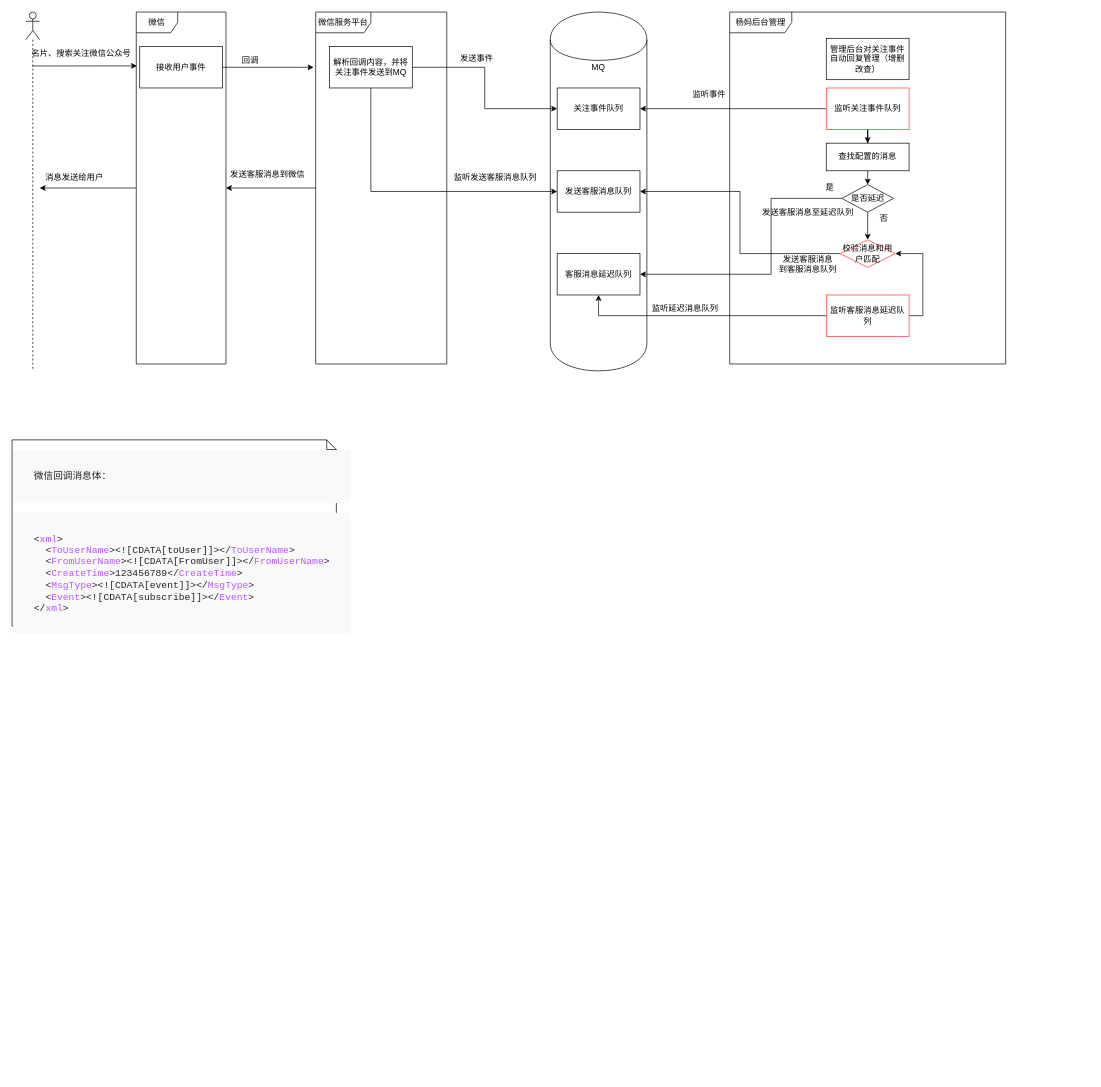
This is 杨妈口语管理后台-微信设置模块-关注后自动回复-用户、微信、后台管理交互流程图-2020年1月17日-丁成云.drawio from dingchengyungit/drawio, a draw.io file, before an edit. Source tidied: cells renumbered, new cells numbered last; positions are measured from the earlier drawing's top-left corner, leaving out a move shared by most shapes. Both pictures are drawn from the tidied source at 69%, with x=0, y=0 at pixel (12, 12).
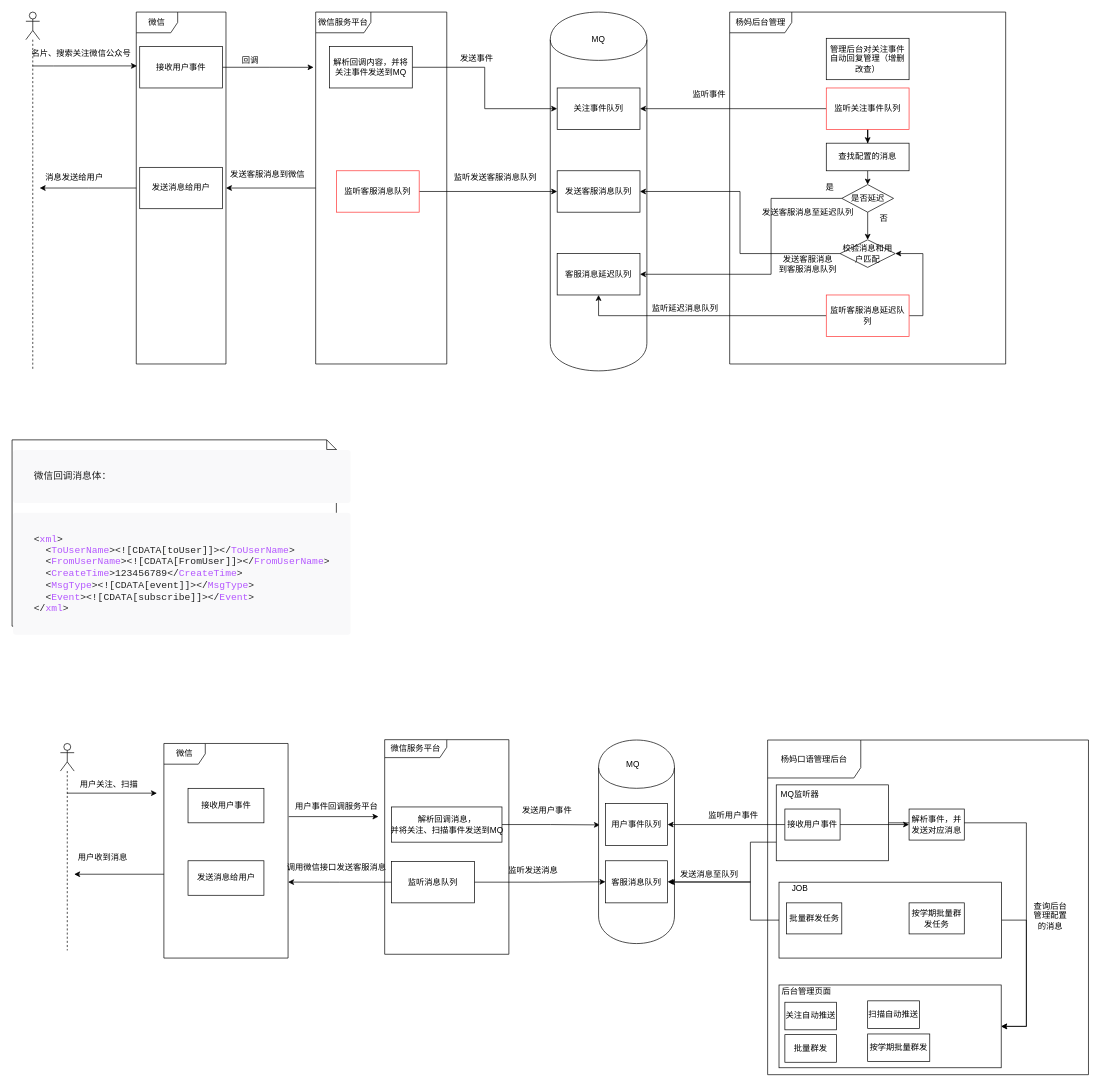
After the change.

Commit message:
Update 杨妈口语管理后台-微信设置模块-关注后自动回复-用户、微信、后台管理交互流程图-2020年1月17日-丁成云.drawio

The change refers to these unchanged cells:
```xml
<mxCell id="18" value="解析回调内容，并将关注事件发送到MQ" style="rounded=0;whiteSpace=wrap;html=1;" parent="1" vertex="1">
  <mxGeometry x="460" y="50" width="120" height="60" as="geometry" />
</mxCell>
<mxCell id="31" value="发送客服消息队列" style="rounded=0;whiteSpace=wrap;html=1;" parent="1" vertex="1">
  <mxGeometry x="790" y="230" width="120" height="60" as="geometry" />
</mxCell>
```

The edit, as a diff of the source:
```diff
@@
     <mxCell id="11" value="MQ" style="text;html=1;strokeColor=none;fillColor=none;align=center;verticalAlign=middle;whiteSpace=wrap;rounded=0;" parent="1" vertex="1">
-      <mxGeometry x="830" y="70" width="40" height="20" as="geometry" />
+      <mxGeometry x="830" y="30" width="40" height="20" as="geometry" />
     </mxCell>
@@
-    <mxCell id="17" style="edgeStyle=orthogonalEdgeStyle;rounded=0;jettySize=auto;html=1;entryX=0;entryY=0.5;entryDx=0;entryDy=0;exitX=0.5;exitY=1;exitDx=0;exitDy=0;" parent="1" edge="1" source="18" target="31">
+    <mxCell id="17" style="edgeStyle=orthogonalEdgeStyle;rounded=0;jettySize=auto;html=1;entryX=0;entryY=0.5;entryDx=0;entryDy=0;exitX=1;exitY=0.5;exitDx=0;exitDy=0;" parent="1" edge="1" source="47" target="31">
       <mxGeometry relative="1" as="geometry" />
     </mxCell>
@@
-    <mxCell id="42" value="校验消息和用户匹配" style="rhombus;whiteSpace=wrap;html=1;strokeColor=#FF3333;" parent="1" vertex="1">
+    <mxCell id="42" value="校验消息和用户匹配" style="rhombus;whiteSpace=wrap;html=1;strokeColor=#000000;" parent="1" vertex="1">
       <mxGeometry x="1200" y="330" width="80" height="40" as="geometry" />
     </mxCell>
@@
+    <mxCell id="47" value="监听客服消息队列" style="rounded=0;whiteSpace=wrap;html=1;strokeColor=#FF3333;" parent="1" vertex="1">
+      <mxGeometry x="470" y="230" width="120" height="60" as="geometry" />
+    </mxCell>
+    <mxCell id="48" value="发送消息给用户" style="rounded=0;whiteSpace=wrap;html=1;strokeColor=#000000;" parent="1" vertex="1">
+      <mxGeometry x="185" y="225" width="120" height="60" as="geometry" />
+    </mxCell>
+    <mxCell id="49" style="edgeStyle=orthogonalEdgeStyle;rounded=0;orthogonalLoop=1;jettySize=auto;html=1;" parent="1" edge="1">
+      <mxGeometry relative="1" as="geometry">
+        <mxPoint x="79.5" y="1132" as="sourcePoint" />
+        <mxPoint x="210" y="1132" as="targetPoint" />
+      </mxGeometry>
+    </mxCell>
+    <mxCell id="50" style="shape=umlLifeline;participant=umlActor;perimeter=lifelinePerimeter;whiteSpace=wrap;html=1;verticalAlign=top;spacingTop=36;labelBackgroundColor=#ffffff;" parent="1" vertex="1">
+      <mxGeometry x="70" y="1060" width="20" height="300" as="geometry" />
+    </mxCell>
+    <mxCell id="51" style="edgeStyle=orthogonalEdgeStyle;rounded=0;orthogonalLoop=1;jettySize=auto;html=1;" parent="1" edge="1">
+      <mxGeometry relative="1" as="geometry">
+        <mxPoint x="401" y="1166" as="sourcePoint" />
+        <mxPoint x="531" y="1166" as="targetPoint" />
+      </mxGeometry>
+    </mxCell>
+    <mxCell id="52" style="edgeStyle=orthogonalEdgeStyle;rounded=0;orthogonalLoop=1;jettySize=auto;html=1;" parent="1" edge="1">
+      <mxGeometry relative="1" as="geometry">
+        <mxPoint x="220" y="1249.5" as="sourcePoint" />
+        <mxPoint x="90" y="1249.5" as="targetPoint" />
+      </mxGeometry>
+    </mxCell>
+    <mxCell id="53" value="微信" style="shape=umlFrame;whiteSpace=wrap;html=1;" parent="1" vertex="1">
+      <mxGeometry x="220" y="1060" width="180" height="311" as="geometry" />
+    </mxCell>
+    <mxCell id="54" value="微信服务平台" style="shape=umlFrame;whiteSpace=wrap;html=1;width=90;height=26;" parent="1" vertex="1">
+      <mxGeometry x="540" y="1054.5" width="180" height="311" as="geometry" />
+    </mxCell>
+    <mxCell id="55" value="杨妈口语管理后台" style="shape=umlFrame;whiteSpace=wrap;html=1;width=135;height=55;" parent="1" vertex="1">
+      <mxGeometry x="1095" y="1055" width="465" height="485" as="geometry" />
+    </mxCell>
+    <mxCell id="56" value="用户关注、扫描" style="text;html=1;align=center;verticalAlign=middle;" parent="1" vertex="1">
+      <mxGeometry x="90" y="1109" width="100" height="20" as="geometry" />
+    </mxCell>
+    <mxCell id="57" value="接收用户事件" style="html=1;" parent="1" vertex="1">
+      <mxGeometry x="255" y="1125" width="110" height="50" as="geometry" />
+    </mxCell>
+    <mxCell id="58" value="发送消息给用户" style="html=1;" parent="1" vertex="1">
+      <mxGeometry x="255" y="1230" width="110" height="50" as="geometry" />
+    </mxCell>
+    <mxCell id="59" value="用户事件回调服务平台" style="text;html=1;align=center;verticalAlign=middle;" parent="1" vertex="1">
+      <mxGeometry x="400" y="1142" width="140" height="20" as="geometry" />
+    </mxCell>
+    <mxCell id="60" style="edgeStyle=orthogonalEdgeStyle;rounded=0;jettySize=auto;html=1;entryX=0.018;entryY=0.417;entryDx=0;entryDy=0;entryPerimeter=0;" parent="1" edge="1" source="61" target="62">
+      <mxGeometry relative="1" as="geometry" />
+    </mxCell>
+    <mxCell id="61" value="解析回调消息，&lt;br&gt;并将关注、扫描事件发送到MQ" style="html=1;" parent="1" vertex="1">
+      <mxGeometry x="550" y="1152" width="160" height="51" as="geometry" />
+    </mxCell>
+    <mxCell id="62" style="shape=cylinder;whiteSpace=wrap;html=1;boundedLbl=1;backgroundOutline=1;" parent="1" vertex="1">
+      <mxGeometry x="850" y="1055" width="110" height="295" as="geometry" />
+    </mxCell>
+    <mxCell id="63" value="MQ" style="text;html=1;strokeColor=none;fillColor=none;align=center;verticalAlign=middle;whiteSpace=wrap;rounded=0;" parent="1" vertex="1">
+      <mxGeometry x="880" y="1080" width="40" height="20" as="geometry" />
+    </mxCell>
+    <mxCell id="64" style="rounded=0;whiteSpace=wrap;html=1;" parent="1" vertex="1">
+      <mxGeometry x="1111.5" y="1410" width="322" height="120" as="geometry" />
+    </mxCell>
+    <mxCell id="65" style="edgeStyle=orthogonalEdgeStyle;rounded=0;jettySize=auto;html=1;entryX=1;entryY=0.5;entryDx=0;entryDy=0;exitX=1;exitY=0.5;exitDx=0;exitDy=0;" parent="1" edge="1" source="67" target="64">
+      <mxGeometry relative="1" as="geometry">
+        <Array as="points">
+          <mxPoint x="1470" y="1175" />
+          <mxPoint x="1470" y="1470" />
+        </Array>
+      </mxGeometry>
+    </mxCell>
+    <mxCell id="66" style="edgeStyle=orthogonalEdgeStyle;rounded=0;orthogonalLoop=1;jettySize=auto;html=1;exitX=0;exitY=0.75;exitDx=0;exitDy=0;entryX=1;entryY=0.5;entryDx=0;entryDy=0;" parent="1" edge="1">
+      <mxGeometry relative="1" as="geometry">
+        <mxPoint x="1110" y="1203" as="sourcePoint" />
+        <mxPoint x="952" y="1261" as="targetPoint" />
+        <Array as="points">
+          <mxPoint x="1070" y="1203" />
+          <mxPoint x="1070" y="1261" />
+        </Array>
+      </mxGeometry>
+    </mxCell>
+    <mxCell id="67" style="rounded=0;whiteSpace=wrap;html=1;" parent="1" vertex="1">
+      <mxGeometry x="1107.5" y="1120" width="162.5" height="110" as="geometry" />
+    </mxCell>
+    <mxCell id="68" style="edgeStyle=orthogonalEdgeStyle;rounded=0;jettySize=auto;html=1;entryX=1;entryY=0.5;entryDx=0;entryDy=0;exitX=1;exitY=0.5;exitDx=0;exitDy=0;" parent="1" edge="1" source="70" target="64">
+      <mxGeometry relative="1" as="geometry">
+        <Array as="points">
+          <mxPoint x="1470" y="1316" />
+          <mxPoint x="1470" y="1470" />
+        </Array>
+      </mxGeometry>
+    </mxCell>
+    <mxCell id="69" style="edgeStyle=orthogonalEdgeStyle;rounded=0;jettySize=auto;html=1;entryX=1;entryY=0.5;entryDx=0;entryDy=0;" parent="1" edge="1" source="70" target="75">
+      <mxGeometry relative="1" as="geometry">
+        <Array as="points">
+          <mxPoint x="1070" y="1316" />
+          <mxPoint x="1070" y="1261" />
+        </Array>
+      </mxGeometry>
+    </mxCell>
+    <mxCell id="70" style="rounded=0;whiteSpace=wrap;html=1;" parent="1" vertex="1">
+      <mxGeometry x="1111.5" y="1261" width="322.5" height="110" as="geometry" />
+    </mxCell>
+    <mxCell id="71" value="MQ监听器" style="text;html=1;strokeColor=none;fillColor=none;align=center;verticalAlign=middle;whiteSpace=wrap;rounded=0;" parent="1" vertex="1">
+      <mxGeometry x="1111.5" y="1124" width="60" height="20" as="geometry" />
+    </mxCell>
+    <mxCell id="72" value="后台管理页面" style="text;html=1;strokeColor=none;fillColor=none;align=center;verticalAlign=middle;whiteSpace=wrap;rounded=0;" parent="1" vertex="1">
+      <mxGeometry x="1111.5" y="1410" width="78.5" height="20" as="geometry" />
+    </mxCell>
+    <mxCell id="73" value="JOB" style="text;html=1;strokeColor=none;fillColor=none;align=center;verticalAlign=middle;whiteSpace=wrap;rounded=0;" parent="1" vertex="1">
+      <mxGeometry x="1111.5" y="1260" width="60" height="20" as="geometry" />
+    </mxCell>
+    <mxCell id="74" value="用户事件队列" style="rounded=0;whiteSpace=wrap;html=1;" parent="1" vertex="1">
+      <mxGeometry x="860" y="1147" width="90" height="61" as="geometry" />
+    </mxCell>
+    <mxCell id="75" value="客服消息队列" style="rounded=0;whiteSpace=wrap;html=1;" parent="1" vertex="1">
+      <mxGeometry x="860" y="1230" width="90" height="61" as="geometry" />
+    </mxCell>
+    <mxCell id="76" style="edgeStyle=orthogonalEdgeStyle;rounded=0;jettySize=auto;html=1;" parent="1" edge="1" source="78" target="79">
+      <mxGeometry relative="1" as="geometry" />
+    </mxCell>
+    <mxCell id="77" style="edgeStyle=orthogonalEdgeStyle;rounded=0;jettySize=auto;html=1;" parent="1" edge="1" source="78" target="74">
+      <mxGeometry relative="1" as="geometry" />
+    </mxCell>
+    <mxCell id="78" value="接收用户事件" style="rounded=0;whiteSpace=wrap;html=1;" parent="1" vertex="1">
+      <mxGeometry x="1120" y="1155" width="80" height="45" as="geometry" />
+    </mxCell>
+    <mxCell id="79" value="解析事件，并发送对应消息" style="rounded=0;whiteSpace=wrap;html=1;" parent="1" vertex="1">
+      <mxGeometry x="1300" y="1155" width="80" height="45" as="geometry" />
+    </mxCell>
+    <mxCell id="80" value="查询后台管理配置的消息" style="text;html=1;strokeColor=none;fillColor=none;align=center;verticalAlign=middle;whiteSpace=wrap;rounded=0;" parent="1" vertex="1">
+      <mxGeometry x="1480" y="1270" width="50" height="80" as="geometry" />
+    </mxCell>
+    <mxCell id="81" value="批量群发任务" style="rounded=0;whiteSpace=wrap;html=1;" parent="1" vertex="1">
+      <mxGeometry x="1122.5" y="1291" width="80" height="45" as="geometry" />
+    </mxCell>
+    <mxCell id="82" value="按学期批量群发任务" style="rounded=0;whiteSpace=wrap;html=1;" parent="1" vertex="1">
+      <mxGeometry x="1300" y="1291" width="80" height="45" as="geometry" />
+    </mxCell>
+    <mxCell id="83" value="监听用户事件" style="text;html=1;align=center;verticalAlign=middle;" parent="1" vertex="1">
+      <mxGeometry x="1000" y="1155" width="90" height="20" as="geometry" />
+    </mxCell>
+    <mxCell id="84" value="发送消息至队列" style="text;html=1;align=center;verticalAlign=middle;" parent="1" vertex="1">
+      <mxGeometry x="960" y="1240" width="100" height="20" as="geometry" />
+    </mxCell>
+    <mxCell id="85" value="关注自动推送" style="rounded=0;whiteSpace=wrap;html=1;" parent="1" vertex="1">
+      <mxGeometry x="1120" y="1435" width="75" height="40" as="geometry" />
+    </mxCell>
+    <mxCell id="86" value="批量群发" style="rounded=0;whiteSpace=wrap;html=1;" parent="1" vertex="1">
+      <mxGeometry x="1120" y="1482" width="75" height="40" as="geometry" />
+    </mxCell>
+    <mxCell id="87" value="按学期批量群发" style="rounded=0;whiteSpace=wrap;html=1;" parent="1" vertex="1">
+      <mxGeometry x="1240" y="1481" width="90" height="40" as="geometry" />
+    </mxCell>
+    <mxCell id="88" value="扫描自动推送" style="rounded=0;whiteSpace=wrap;html=1;" parent="1" vertex="1">
+      <mxGeometry x="1240" y="1433" width="75" height="40" as="geometry" />
+    </mxCell>
+    <mxCell id="89" value="发送用户事件" style="text;html=1;align=center;verticalAlign=middle;" parent="1" vertex="1">
+      <mxGeometry x="730" y="1147" width="90" height="20" as="geometry" />
+    </mxCell>
+    <mxCell id="90" style="edgeStyle=orthogonalEdgeStyle;rounded=0;jettySize=auto;html=1;entryX=0;entryY=0.5;entryDx=0;entryDy=0;" parent="1" edge="1" source="92" target="75">
+      <mxGeometry relative="1" as="geometry" />
+    </mxCell>
+    <mxCell id="91" style="edgeStyle=orthogonalEdgeStyle;rounded=0;jettySize=auto;html=1;entryX=1;entryY=0.646;entryDx=0;entryDy=0;entryPerimeter=0;" parent="1" edge="1" source="92" target="53">
+      <mxGeometry relative="1" as="geometry" />
+    </mxCell>
+    <mxCell id="92" value="监听消息队列" style="rounded=0;whiteSpace=wrap;html=1;" parent="1" vertex="1">
+      <mxGeometry x="550" y="1231" width="120" height="60" as="geometry" />
+    </mxCell>
+    <mxCell id="93" value="监听发送消息" style="text;html=1;align=center;verticalAlign=middle;" parent="1" vertex="1">
+      <mxGeometry x="710" y="1234" width="90" height="20" as="geometry" />
+    </mxCell>
+    <mxCell id="94" value="调用微信接口发送客服消息" style="text;html=1;align=center;verticalAlign=middle;" parent="1" vertex="1">
+      <mxGeometry x="390" y="1230" width="160" height="20" as="geometry" />
+    </mxCell>
+    <mxCell id="95" value="用户收到消息" style="text;html=1;align=center;verticalAlign=middle;" parent="1" vertex="1">
+      <mxGeometry x="86" y="1216" width="90" height="20" as="geometry" />
+    </mxCell>
```
